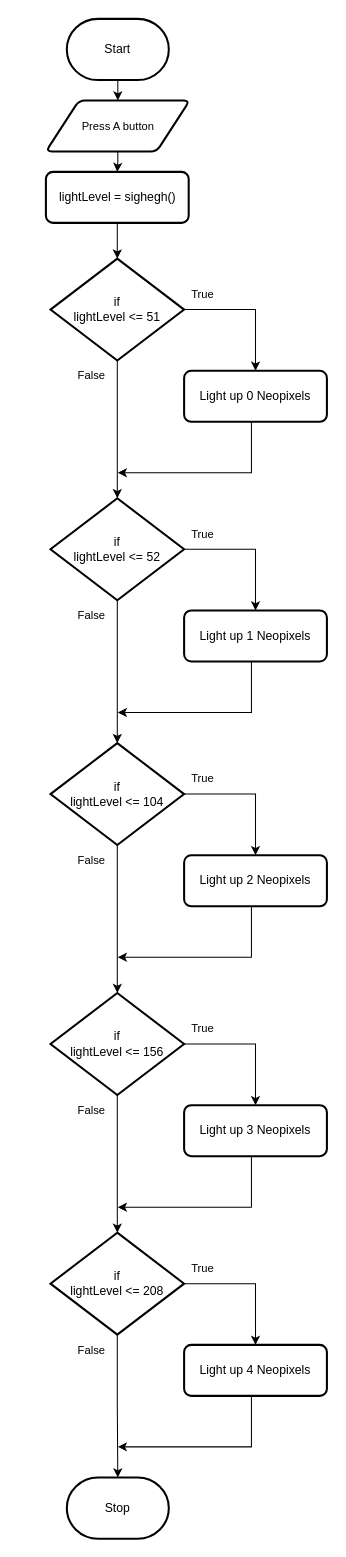
Above: design/flowchart.drawio in MTHS-TEJ2O-1-2024/TEJ2O-Unit-2-10B-peter-zerbinos (draw.io), before the change. Source tidied: cells renumbered, new cells numbered last; positions are measured from the earlier drawing's top-left corner, leaving out a move shared by most shapes. Both pictures are drawn from the tidied source at 102%, with x=0, y=0 at pixel (46, 18).
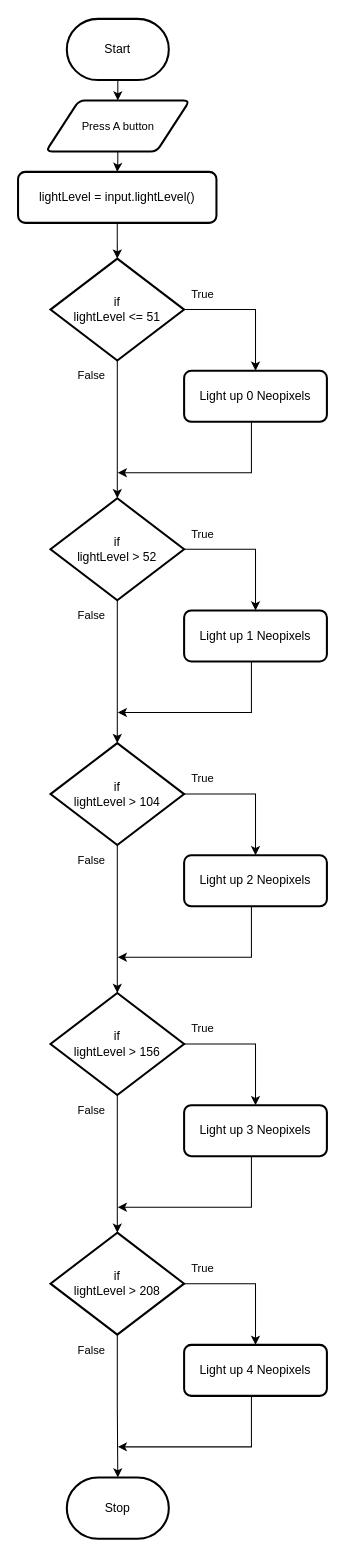
The same page after the edit.

Change to the diagram source:
```diff
@@
-    <mxCell id="13" value="lightLevel = sighegh()" style="rounded=1;whiteSpace=wrap;html=1;absoluteArcSize=1;arcSize=14;strokeWidth=2;" parent="1" vertex="1">
-      <mxGeometry x="-0.5" y="150" width="140" height="50" as="geometry" />
+    <mxCell id="13" value="lightLevel = input.lightLevel()" style="rounded=1;whiteSpace=wrap;html=1;absoluteArcSize=1;arcSize=14;strokeWidth=2;" parent="1" vertex="1">
+      <mxGeometry x="-27.8" y="150" width="194.5" height="50" as="geometry" />
     </mxCell>
@@
-    <mxCell id="18" value="if&lt;br&gt;lightLevel&amp;nbsp;&amp;lt;= 52" style="strokeWidth=2;html=1;shape=mxgraph.flowchart.decision;whiteSpace=wrap;" parent="1" vertex="1">
+    <mxCell id="18" value="if&lt;br&gt;lightLevel &amp;gt; 52" style="strokeWidth=2;html=1;shape=mxgraph.flowchart.decision;whiteSpace=wrap;" parent="1" vertex="1">
       <mxGeometry x="4" y="470" width="131" height="100" as="geometry" />
     </mxCell>
@@
-    <mxCell id="25" value="if&lt;br&gt;lightLevel&amp;nbsp;&amp;lt;= 104" style="strokeWidth=2;html=1;shape=mxgraph.flowchart.decision;whiteSpace=wrap;" parent="1" vertex="1">
+    <mxCell id="25" value="if&lt;br&gt;lightLevel &amp;gt; 104" style="strokeWidth=2;html=1;shape=mxgraph.flowchart.decision;whiteSpace=wrap;" parent="1" vertex="1">
       <mxGeometry x="4" y="710" width="131" height="100" as="geometry" />
     </mxCell>
@@
-    <mxCell id="32" value="if&lt;br&gt;lightLevel&amp;nbsp;&amp;lt;= 156" style="strokeWidth=2;html=1;shape=mxgraph.flowchart.decision;whiteSpace=wrap;" parent="1" vertex="1">
+    <mxCell id="32" value="if&lt;br&gt;lightLevel&amp;nbsp;&amp;gt; 156" style="strokeWidth=2;html=1;shape=mxgraph.flowchart.decision;whiteSpace=wrap;" parent="1" vertex="1">
       <mxGeometry x="4" y="955" width="131" height="100" as="geometry" />
     </mxCell>
@@
-    <mxCell id="39" value="if&lt;br&gt;lightLevel&amp;nbsp;&amp;lt;= 208" style="strokeWidth=2;html=1;shape=mxgraph.flowchart.decision;whiteSpace=wrap;" parent="1" vertex="1">
+    <mxCell id="39" value="if&lt;br&gt;lightLevel&amp;nbsp;&amp;gt; 208" style="strokeWidth=2;html=1;shape=mxgraph.flowchart.decision;whiteSpace=wrap;" parent="1" vertex="1">
       <mxGeometry x="4" y="1190" width="131" height="100" as="geometry" />
     </mxCell>
```
